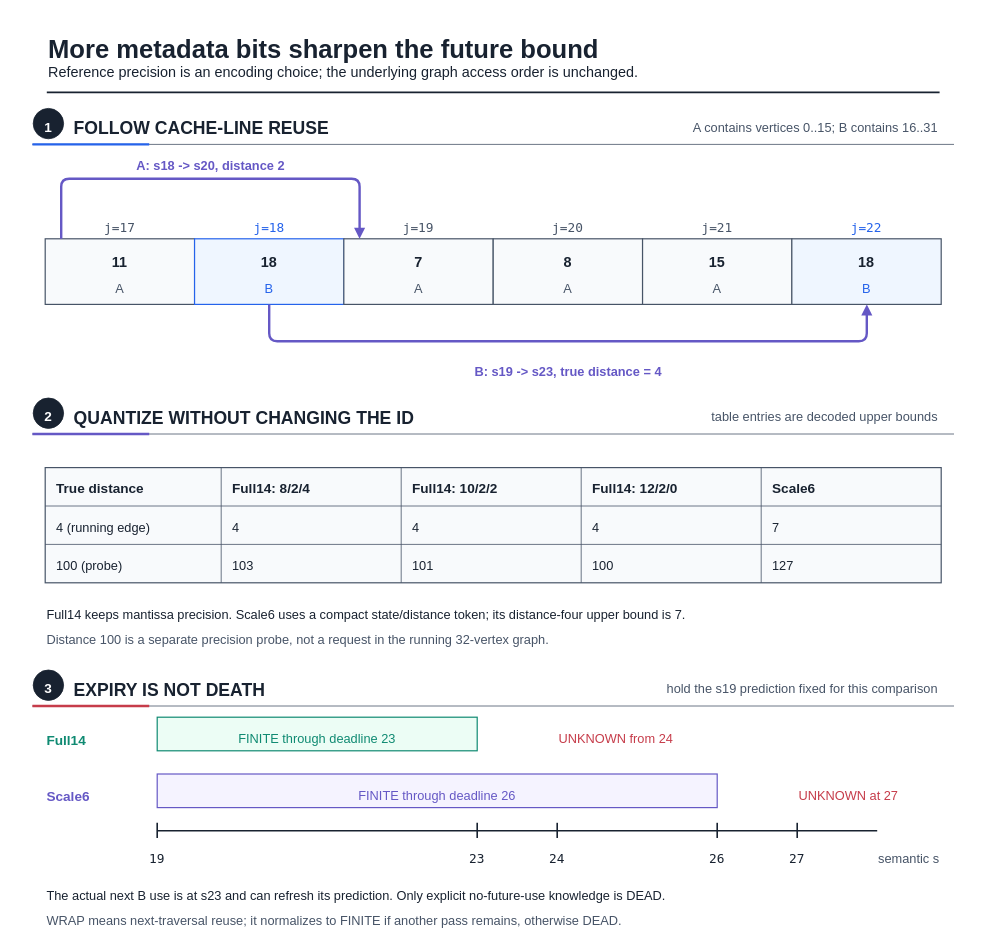
Earlier version of the draw.io diagram fig/wiki_src/reuse-plan-flowthrough/reuse-plan-flowthrough-f03-future-distance.drawio (UVA-LavaLab/ECG_GrAPL). Source tidied: cells renumbered, new cells numbered last; positions are measured from the earlier drawing's top-left corner, leaving out a move shared by most shapes. Both pictures are drawn from the tidied source at 80%, with x=0, y=0 at pixel (13, 13).
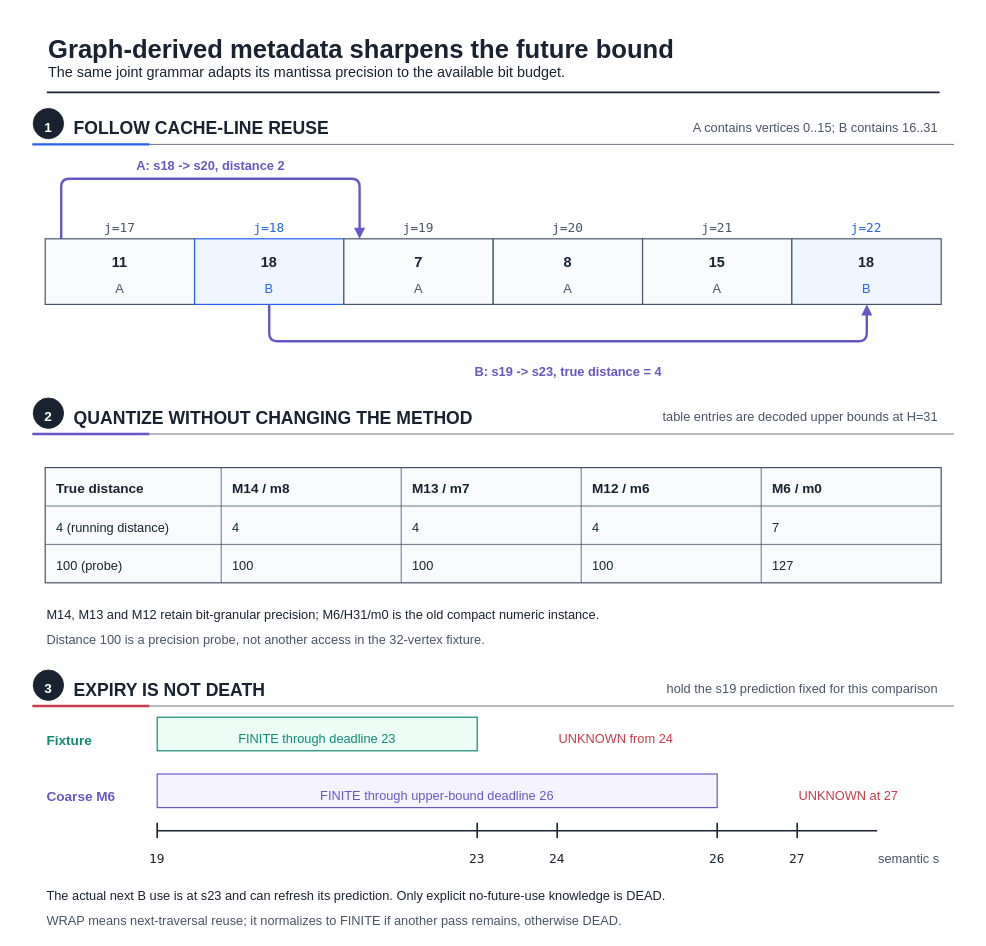
After the change.

What changed in the source:
```diff
@@
-    <mxCell id="3" value="More metadata bits sharpen the future bound" style="text;html=0;strokeColor=none;fillColor=none;align=left;verticalAlign=middle;fontFamily=Liberation Sans;fontSize=32;fontColor=#182230;fontStyle=1;" parent="1" vertex="1">
-      <mxGeometry x="42" y="19.5" width="784.3" height="44.8" as="geometry" />
+    <mxCell id="3" value="Graph-derived metadata sharpens the future bound" style="text;html=0;strokeColor=none;fillColor=none;align=left;verticalAlign=middle;fontFamily=Liberation Sans;fontSize=32;fontColor=#182230;fontStyle=1;" parent="1" vertex="1">
+      <mxGeometry x="42" y="19.5" width="875.5" height="44.8" as="geometry" />
     </mxCell>
-    <mxCell id="4" value="Reference precision is an encoding choice; the underlying graph access order is unchanged." style="text;html=0;strokeColor=none;fillColor=none;align=left;verticalAlign=middle;fontFamily=Liberation Sans;fontSize=18;fontColor=#182230;fontStyle=0;" parent="1" vertex="1">
-      <mxGeometry x="42" y="59.5" width="858.6" height="25.2" as="geometry" />
+    <mxCell id="4" value="The same joint grammar adapts its mantissa precision to the available bit budget." style="text;html=0;strokeColor=none;fillColor=none;align=left;verticalAlign=middle;fontFamily=Liberation Sans;fontSize=18;fontColor=#182230;fontStyle=0;" parent="1" vertex="1">
+      <mxGeometry x="42" y="59.5" width="772.7" height="25.2" as="geometry" />
     </mxCell>
@@
-    <mxCell id="42" value="QUANTIZE WITHOUT CHANGING THE ID" style="text;html=0;strokeColor=none;fillColor=none;align=left;verticalAlign=middle;fontFamily=Liberation Sans;fontSize=22;fontColor=#182230;fontStyle=1;" parent="1" vertex="1">
-      <mxGeometry x="74" y="488.1" width="401.3" height="30.8" as="geometry" />
+    <mxCell id="42" value="QUANTIZE WITHOUT CHANGING THE METHOD" style="text;html=0;strokeColor=none;fillColor=none;align=left;verticalAlign=middle;fontFamily=Liberation Sans;fontSize=22;fontColor=#182230;fontStyle=1;" parent="1" vertex="1">
+      <mxGeometry x="74" y="488.1" width="451.4" height="30.8" as="geometry" />
     </mxCell>
-    <mxCell id="43" value="table entries are decoded upper bounds" style="text;html=0;strokeColor=none;fillColor=none;align=right;verticalAlign=middle;fontFamily=Liberation Sans;fontSize=16;fontColor=#475467;fontStyle=0;" parent="1" vertex="1">
-      <mxGeometry x="835.8" y="492.2" width="322.2" height="22.4" as="geometry" />
+    <mxCell id="43" value="table entries are decoded upper bounds at H=31" style="text;html=0;strokeColor=none;fillColor=none;align=right;verticalAlign=middle;fontFamily=Liberation Sans;fontSize=16;fontColor=#475467;fontStyle=0;" parent="1" vertex="1">
+      <mxGeometry x="767.9" y="492.2" width="390.1" height="22.4" as="geometry" />
     </mxCell>
@@
-    <mxCell id="50" value="4 (running edge)" style="text;html=0;strokeColor=none;fillColor=none;align=left;verticalAlign=middle;fontFamily=Liberation Sans;fontSize=16;fontColor=#182230;fontStyle=0;" parent="1" vertex="1">
-      <mxGeometry x="52" y="630.2" width="135.7" height="22.4" as="geometry" />
+    <mxCell id="50" value="4 (running distance)" style="text;html=0;strokeColor=none;fillColor=none;align=left;verticalAlign=middle;fontFamily=Liberation Sans;fontSize=16;fontColor=#182230;fontStyle=0;" parent="1" vertex="1">
+      <mxGeometry x="52" y="630.2" width="169.6" height="22.4" as="geometry" />
     </mxCell>
@@
-    <mxCell id="53" value="Full14: 8/2/4" style="text;html=0;strokeColor=none;fillColor=none;align=left;verticalAlign=middle;fontFamily=Liberation Sans;fontSize=17;fontColor=#182230;fontStyle=1;" parent="1" vertex="1">
-      <mxGeometry x="272" y="581.4" width="126" height="23.8" as="geometry" />
+    <mxCell id="53" value="M14 / m8" style="text;html=0;strokeColor=none;fillColor=none;align=left;verticalAlign=middle;fontFamily=Liberation Sans;fontSize=17;fontColor=#182230;fontStyle=1;" parent="1" vertex="1">
+      <mxGeometry x="272" y="581.4" width="77.5" height="23.8" as="geometry" />
     </mxCell>
@@
-    <mxCell id="55" value="103" style="text;html=0;strokeColor=none;fillColor=none;align=left;verticalAlign=middle;fontFamily=Liberation Sans;fontSize=16;fontColor=#182230;fontStyle=0;" parent="1" vertex="1">
+    <mxCell id="55" value="100" style="text;html=0;strokeColor=none;fillColor=none;align=left;verticalAlign=middle;fontFamily=Liberation Sans;fontSize=16;fontColor=#182230;fontStyle=0;" parent="1" vertex="1">
       <mxGeometry x="272" y="678.2" width="25.4" height="22.4" as="geometry" />
     </mxCell>
@@
-    <mxCell id="57" value="Full14: 10/2/2" style="text;html=0;strokeColor=none;fillColor=none;align=left;verticalAlign=middle;fontFamily=Liberation Sans;fontSize=17;fontColor=#182230;fontStyle=1;" parent="1" vertex="1">
-      <mxGeometry x="497" y="581.4" width="135.7" height="23.8" as="geometry" />
+    <mxCell id="57" value="M13 / m7" style="text;html=0;strokeColor=none;fillColor=none;align=left;verticalAlign=middle;fontFamily=Liberation Sans;fontSize=17;fontColor=#182230;fontStyle=1;" parent="1" vertex="1">
+      <mxGeometry x="497" y="581.4" width="77.5" height="23.8" as="geometry" />
     </mxCell>
@@
-    <mxCell id="59" value="101" style="text;html=0;strokeColor=none;fillColor=none;align=left;verticalAlign=middle;fontFamily=Liberation Sans;fontSize=16;fontColor=#182230;fontStyle=0;" parent="1" vertex="1">
+    <mxCell id="59" value="100" style="text;html=0;strokeColor=none;fillColor=none;align=left;verticalAlign=middle;fontFamily=Liberation Sans;fontSize=16;fontColor=#182230;fontStyle=0;" parent="1" vertex="1">
       <mxGeometry x="497" y="678.2" width="25.4" height="22.4" as="geometry" />
     </mxCell>
@@
-    <mxCell id="61" value="Full14: 12/2/0" style="text;html=0;strokeColor=none;fillColor=none;align=left;verticalAlign=middle;fontFamily=Liberation Sans;fontSize=17;fontColor=#182230;fontStyle=1;" parent="1" vertex="1">
-      <mxGeometry x="722" y="581.4" width="135.7" height="23.8" as="geometry" />
+    <mxCell id="61" value="M12 / m6" style="text;html=0;strokeColor=none;fillColor=none;align=left;verticalAlign=middle;fontFamily=Liberation Sans;fontSize=17;fontColor=#182230;fontStyle=1;" parent="1" vertex="1">
+      <mxGeometry x="722" y="581.4" width="77.5" height="23.8" as="geometry" />
     </mxCell>
@@
-    <mxCell id="65" value="Scale6" style="text;html=0;strokeColor=none;fillColor=none;align=left;verticalAlign=middle;fontFamily=Liberation Sans;fontSize=17;fontColor=#182230;fontStyle=1;" parent="1" vertex="1">
-      <mxGeometry x="947" y="581.4" width="58.1" height="23.8" as="geometry" />
+    <mxCell id="65" value="M6 / m0" style="text;html=0;strokeColor=none;fillColor=none;align=left;verticalAlign=middle;fontFamily=Liberation Sans;fontSize=17;fontColor=#182230;fontStyle=1;" parent="1" vertex="1">
+      <mxGeometry x="947" y="581.4" width="67.8" height="23.8" as="geometry" />
     </mxCell>
@@
-    <mxCell id="68" value="Full14 keeps mantissa precision. Scale6 uses a compact state/distance token; its distance-four upper bound is 7." style="text;html=0;strokeColor=none;fillColor=none;align=left;verticalAlign=middle;fontFamily=Liberation Sans;fontSize=16;fontColor=#182230;fontStyle=0;" parent="1" vertex="1">
-      <mxGeometry x="40" y="739.2" width="949.8" height="22.4" as="geometry" />
+    <mxCell id="68" value="M14, M13 and M12 retain bit-granular precision; M6/H31/m0 is the old compact numeric instance." style="text;html=0;strokeColor=none;fillColor=none;align=left;verticalAlign=middle;fontFamily=Liberation Sans;fontSize=16;fontColor=#182230;fontStyle=0;" parent="1" vertex="1">
+      <mxGeometry x="40" y="739.2" width="797.1" height="22.4" as="geometry" />
     </mxCell>
-    <mxCell id="69" value="Distance 100 is a separate precision probe, not a request in the running 32-vertex graph." style="text;html=0;strokeColor=none;fillColor=none;align=left;verticalAlign=middle;fontFamily=Liberation Sans;fontSize=16;fontColor=#475467;fontStyle=0;" parent="1" vertex="1">
-      <mxGeometry x="40" y="771.2" width="754.7" height="22.4" as="geometry" />
+    <mxCell id="69" value="Distance 100 is a precision probe, not another access in the 32-vertex fixture." style="text;html=0;strokeColor=none;fillColor=none;align=left;verticalAlign=middle;fontFamily=Liberation Sans;fontSize=16;fontColor=#475467;fontStyle=0;" parent="1" vertex="1">
+      <mxGeometry x="40" y="771.2" width="669.9" height="22.4" as="geometry" />
     </mxCell>
@@
-    <mxCell id="76" value="Full14" style="text;html=0;strokeColor=none;fillColor=none;align=left;verticalAlign=middle;fontFamily=Liberation Sans;fontSize=17;fontColor=#0F8A72;fontStyle=1;" parent="1" vertex="1">
-      <mxGeometry x="40" y="895.4" width="58.1" height="23.8" as="geometry" />
+    <mxCell id="76" value="Fixture" style="text;html=0;strokeColor=none;fillColor=none;align=left;verticalAlign=middle;fontFamily=Liberation Sans;fontSize=17;fontColor=#0F8A72;fontStyle=1;" parent="1" vertex="1">
+      <mxGeometry x="40" y="895.4" width="67.8" height="23.8" as="geometry" />
     </mxCell>
@@
-    <mxCell id="80" value="Scale6" style="text;html=0;strokeColor=none;fillColor=none;align=left;verticalAlign=middle;fontFamily=Liberation Sans;fontSize=17;fontColor=#6558C5;fontStyle=1;" parent="1" vertex="1">
-      <mxGeometry x="40" y="966.4" width="58.1" height="23.8" as="geometry" />
+    <mxCell id="80" value="Coarse M6" style="text;html=0;strokeColor=none;fillColor=none;align=left;verticalAlign=middle;fontFamily=Liberation Sans;fontSize=17;fontColor=#6558C5;fontStyle=1;" parent="1" vertex="1">
+      <mxGeometry x="40" y="966.4" width="87.2" height="23.8" as="geometry" />
     </mxCell>
@@
-    <mxCell id="82" value="FINITE through deadline 26" style="text;html=0;strokeColor=none;fillColor=none;align=center;verticalAlign=middle;fontFamily=Liberation Sans;fontSize=16;fontColor=#6558C5;fontStyle=0;" parent="1" vertex="1">
-      <mxGeometry x="419.8" y="965.2" width="220.5" height="22.4" as="geometry" />
+    <mxCell id="82" value="FINITE through upper-bound deadline 26" style="text;html=0;strokeColor=none;fillColor=none;align=center;verticalAlign=middle;fontFamily=Liberation Sans;fontSize=16;fontColor=#6558C5;fontStyle=0;" parent="1" vertex="1">
+      <mxGeometry x="368.9" y="965.2" width="322.2" height="22.4" as="geometry" />
     </mxCell>
```
